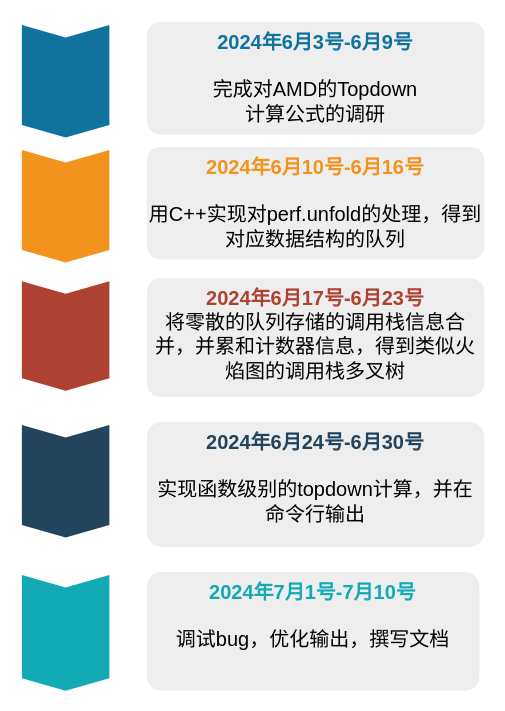
The draw.io diagram 开发计划.drawio in Dong-J93/_pictures, before the edit. Source tidied: cells renumbered, new cells numbered last; positions are measured from the earlier drawing's top-left corner, leaving out a move shared by most shapes. Both pictures are drawn from the tidied source at 125%, with x=0, y=0 at pixel (21, 21).
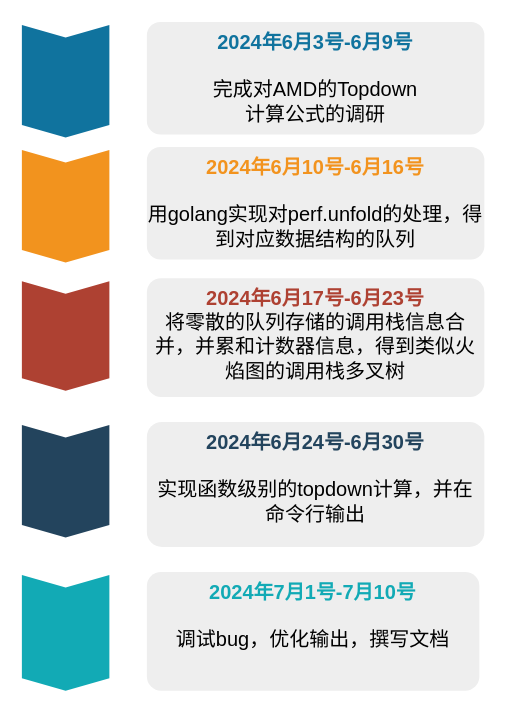
The same diagram, later.

Commit message:
更新开发计划.drawio

Change to the diagram source:
```diff
@@
 <mxGraphModel>
   <root>
     <mxCell id="0" />
     <mxCell id="1" parent="0" />
     <mxCell id="2" style="shape=step;perimeter=stepPerimeter;whiteSpace=wrap;html=1;fixedSize=1;size=10;direction=south;fillColor=#10739E;strokeColor=none;rounded=0;" parent="1" vertex="1">
       <mxGeometry y="2.5" width="70" height="90" as="geometry" />
     </mxCell>
     <mxCell id="3" style="shape=step;perimeter=stepPerimeter;whiteSpace=wrap;html=1;fixedSize=1;size=10;direction=south;fillColor=#F2931E;strokeColor=none;rounded=0;" parent="1" vertex="1">
       <mxGeometry y="102.5" width="70" height="90" as="geometry" />
     </mxCell>
     <mxCell id="4" style="shape=step;perimeter=stepPerimeter;whiteSpace=wrap;html=1;fixedSize=1;size=10;direction=south;fillColor=#AE4132;strokeColor=none;rounded=0;" parent="1" vertex="1">
       <mxGeometry y="207.5" width="70" height="87.5" as="geometry" />
     </mxCell>
     <mxCell id="5" style="shape=step;perimeter=stepPerimeter;whiteSpace=wrap;html=1;fixedSize=1;size=10;direction=south;fillColor=#23445D;strokeColor=none;rounded=0;" parent="1" vertex="1">
       <mxGeometry y="322.5" width="70" height="90" as="geometry" />
     </mxCell>
     <mxCell id="6" style="shape=step;perimeter=stepPerimeter;whiteSpace=wrap;html=1;fixedSize=1;size=10;direction=south;fillColor=#12AAB5;strokeColor=none;rounded=0;" parent="1" vertex="1">
       <mxGeometry y="442.5" width="70" height="92.5" as="geometry" />
     </mxCell>
     <mxCell id="7" value="&lt;font style=&quot;font-size: 16px;&quot;&gt;&lt;font style=&quot;font-size: 16px;&quot; color=&quot;#10739E&quot;&gt;&lt;b style=&quot;&quot;&gt;2024年6月3号-6月9号&lt;/b&gt;&lt;/font&gt;&lt;br&gt;&lt;br&gt;完成对AMD的Topdown&lt;/font&gt;&lt;div style=&quot;font-size: 16px;&quot;&gt;&lt;font style=&quot;font-size: 16px;&quot;&gt;&lt;font style=&quot;font-size: 16px;&quot;&gt;计算公式的调研&lt;/font&gt;&lt;/font&gt;&lt;/div&gt;" style="rounded=1;strokeColor=none;fillColor=#EEEEEE;align=center;arcSize=12;verticalAlign=top;whiteSpace=wrap;html=1;fontSize=12;" parent="1" vertex="1">
       <mxGeometry x="100" width="270" height="90" as="geometry" />
     </mxCell>
-    <mxCell id="8" value="&lt;font style=&quot;font-size: 16px;&quot;&gt;&lt;font style=&quot;font-size: 16px;&quot; color=&quot;#F2931E&quot;&gt;&lt;b&gt;2024年6月10号-6月16号&lt;/b&gt;&lt;/font&gt;&lt;br&gt;&lt;br&gt;&lt;font style=&quot;font-size: 16px;&quot;&gt;用C++实现对perf.unfold的处理，得到对应数据结构的队列&lt;/font&gt;&lt;/font&gt;" style="rounded=1;strokeColor=none;fillColor=#EEEEEE;align=center;arcSize=12;verticalAlign=top;whiteSpace=wrap;html=1;fontSize=12;" parent="1" vertex="1">
+    <mxCell id="8" value="&lt;font style=&quot;font-size: 16px;&quot;&gt;&lt;font style=&quot;font-size: 16px;&quot; color=&quot;#F2931E&quot;&gt;&lt;b&gt;2024年6月10号-6月16号&lt;/b&gt;&lt;/font&gt;&lt;br&gt;&lt;br&gt;&lt;font style=&quot;font-size: 16px;&quot;&gt;用golang实现对perf.unfold的处理，得到对应数据结构的队列&lt;/font&gt;&lt;/font&gt;" style="rounded=1;strokeColor=none;fillColor=#EEEEEE;align=center;arcSize=12;verticalAlign=top;whiteSpace=wrap;html=1;fontSize=12;" parent="1" vertex="1">
       <mxGeometry x="100" y="100" width="270" height="90" as="geometry" />
     </mxCell>
     <mxCell id="9" value="&lt;font style=&quot;font-size: 16px;&quot;&gt;&lt;font style=&quot;font-size: 16px;&quot; color=&quot;#AE4132&quot;&gt;&lt;b&gt;2024年6月17号-6月23号&lt;/b&gt;&lt;/font&gt;&lt;br&gt;&lt;font style=&quot;font-size: 16px;&quot;&gt;将零散的队列存储的调用栈信息合并，并累和计数器信息，得到类似火焰图的调用栈多叉树&lt;/font&gt;&lt;/font&gt;" style="rounded=1;strokeColor=none;fillColor=#EEEEEE;align=center;arcSize=12;verticalAlign=top;whiteSpace=wrap;html=1;fontSize=12;" parent="1" vertex="1">
       <mxGeometry x="100" y="205" width="270" height="95" as="geometry" />
     </mxCell>
     <mxCell id="10" value="&lt;font style=&quot;font-size: 16px;&quot;&gt;&lt;font style=&quot;font-size: 16px;&quot; color=&quot;#23445D&quot;&gt;&lt;b&gt;2024年6月24号-6月30号&lt;/b&gt;&lt;/font&gt;&lt;br&gt;&lt;br&gt;&lt;font style=&quot;font-size: 16px;&quot;&gt;实现函数级别的topdown计算，并在命令行输出&lt;/font&gt;&lt;/font&gt;" style="rounded=1;strokeColor=none;fillColor=#EEEEEE;align=center;arcSize=12;verticalAlign=top;whiteSpace=wrap;html=1;fontSize=12;" parent="1" vertex="1">
       <mxGeometry x="100" y="320" width="270" height="100" as="geometry" />
     </mxCell>
     <mxCell id="11" value="&lt;font style=&quot;font-size: 16px;&quot;&gt;&lt;font style=&quot;font-size: 16px;&quot; color=&quot;#12AAB5&quot;&gt;&lt;b&gt;2024年7月1号-7月10号&lt;/b&gt;&lt;/font&gt;&lt;br&gt;&lt;br&gt;&lt;font style=&quot;font-size: 16px;&quot;&gt;调试bug，优化输出，撰写文档&lt;/font&gt;&lt;/font&gt;" style="rounded=1;strokeColor=none;fillColor=#EEEEEE;align=center;arcSize=12;verticalAlign=top;whiteSpace=wrap;html=1;fontSize=12;" parent="1" vertex="1">
       <mxGeometry x="100" y="440" width="266" height="95" as="geometry" />
     </mxCell>
   </root>
 </mxGraphModel>
```
